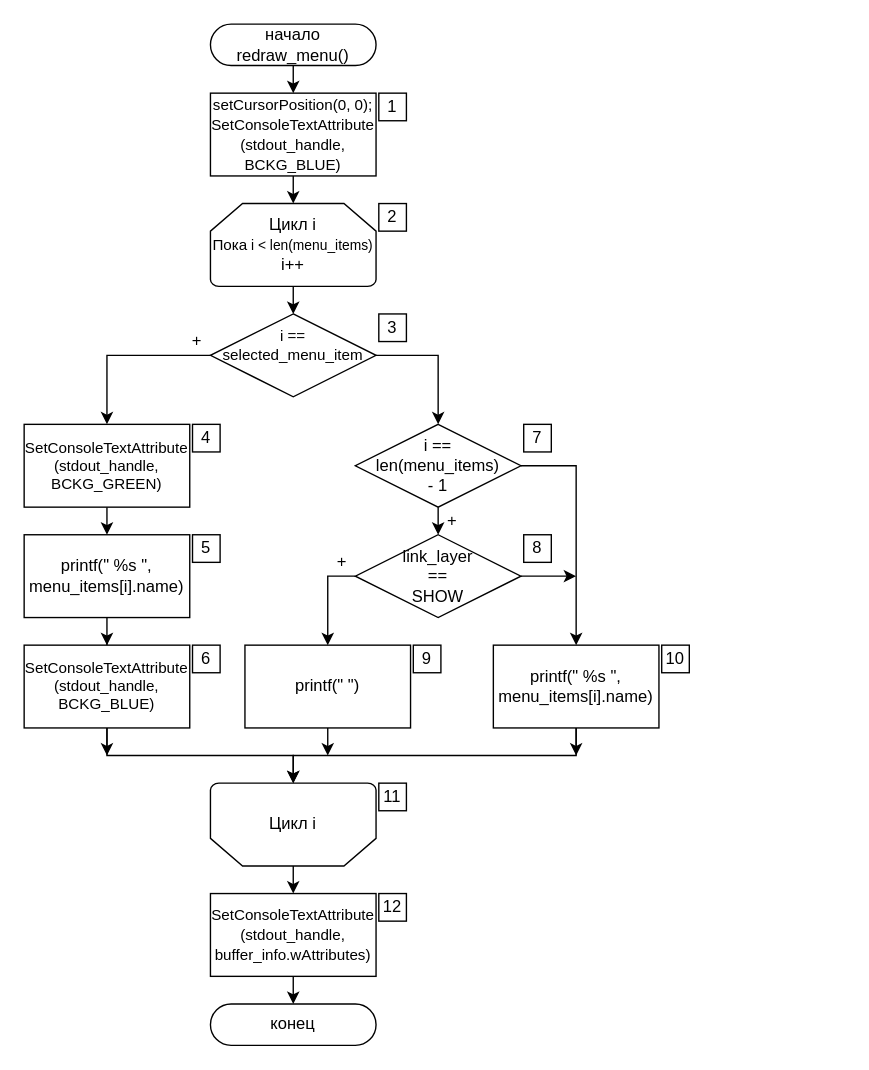
Before: ПЗ/Diagrams/redraw_menu.drawio in Killfrra/AnP, a draw.io diagram. Source tidied: cells renumbered, new cells numbered last; positions are measured from the earlier drawing's top-left corner, leaving out a move shared by most shapes. Both pictures are drawn from the tidied source at 138%, with x=0, y=0 at pixel (23, 23).
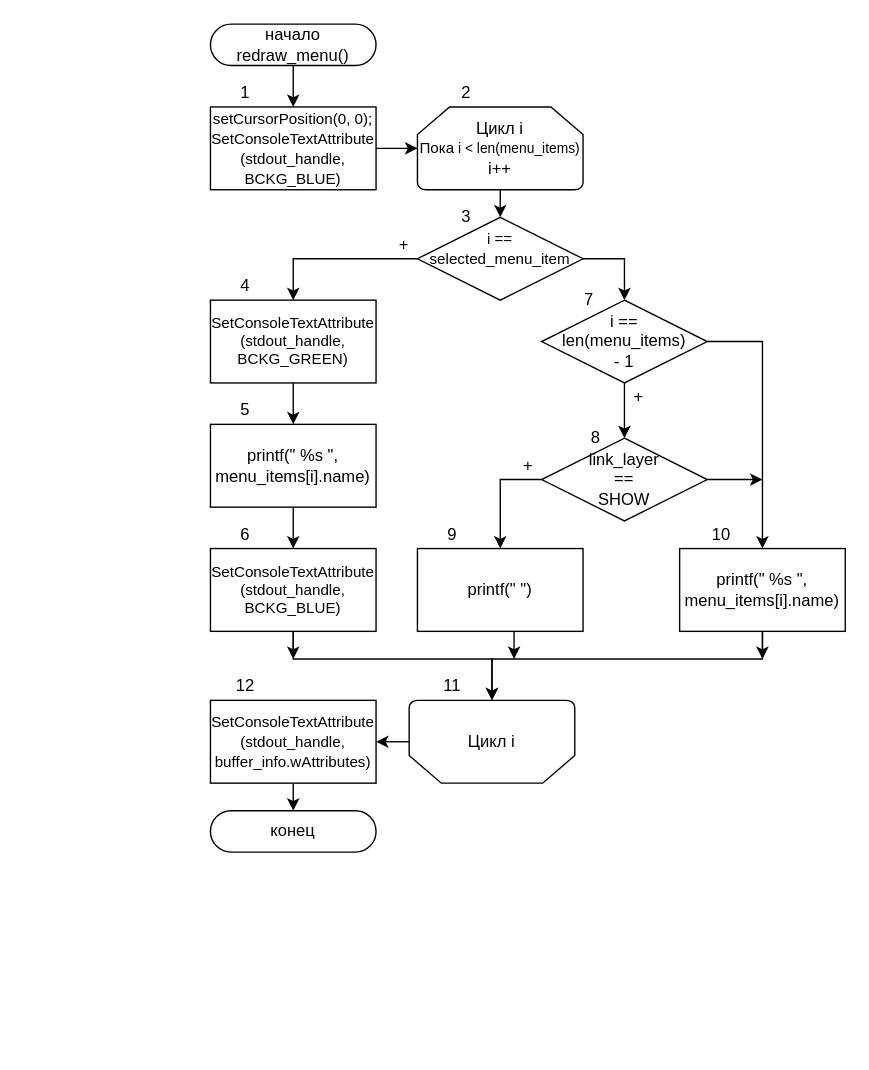
The same page after the edit.

The edit, as a diff of the source:
```diff
@@
     <mxCell id="3" value="конец" style="rounded=1;whiteSpace=wrap;html=1;arcSize=50;" parent="1" vertex="1">
-      <mxGeometry x="135" y="710" width="120" height="30" as="geometry" />
+      <mxGeometry x="135" y="570" width="120" height="30" as="geometry" />
     </mxCell>
     <mxCell id="4" value="Цикл i&lt;br&gt;&lt;font style=&quot;font-size: 11px&quot;&gt;Пока&lt;/font&gt;&lt;font style=&quot;font-size: 10px&quot;&gt; i &amp;lt;&amp;nbsp;len(menu_items)&lt;/font&gt;&lt;br&gt;i++" style="strokeWidth=1;html=1;shape=mxgraph.flowchart.loop_limit;whiteSpace=wrap;flipV=0;" parent="1" vertex="1">
-      <mxGeometry x="135" y="130" width="120" height="60" as="geometry" />
+      <mxGeometry x="285" y="60" width="120" height="60" as="geometry" />
     </mxCell>
-    <mxCell id="5" style="edgeStyle=orthogonalEdgeStyle;rounded=0;jettySize=auto;html=1;exitX=0.5;exitY=0;exitDx=0;exitDy=0;exitPerimeter=0;entryX=0.5;entryY=0;entryDx=0;entryDy=0;" parent="1" edge="1" source="6" target="34">
+    <mxCell id="5" style="edgeStyle=orthogonalEdgeStyle;rounded=0;jettySize=auto;html=1;exitX=0;exitY=0.5;exitDx=0;exitDy=0;exitPerimeter=0;entryX=1;entryY=0.5;entryDx=0;entryDy=0;" parent="1" edge="1" source="6" target="34">
       <mxGeometry relative="1" as="geometry" />
     </mxCell>
     <mxCell id="6" value="Цикл i" style="strokeWidth=1;html=1;shape=mxgraph.flowchart.loop_limit;whiteSpace=wrap;flipV=1;" parent="1" vertex="1">
-      <mxGeometry x="135" y="550" width="120" height="60" as="geometry" />
+      <mxGeometry x="279" y="490" width="120" height="60" as="geometry" />
     </mxCell>
@@
     <mxCell id="8" value="&lt;font style=&quot;font-size: 11px&quot;&gt;i == selected_menu_item&lt;br&gt;&amp;nbsp;&lt;/font&gt;" style="rhombus;whiteSpace=wrap;html=1;rounded=0;" parent="1" vertex="1">
-      <mxGeometry x="135" y="210" width="120" height="60" as="geometry" />
+      <mxGeometry x="285" y="140" width="120" height="60" as="geometry" />
     </mxCell>
     <mxCell id="9" style="edgeStyle=orthogonalEdgeStyle;rounded=0;jettySize=auto;html=1;exitX=1;exitY=0.5;exitDx=0;exitDy=0;" parent="1" edge="1" source="10">
       <mxGeometry relative="1" as="geometry">
-        <mxPoint x="400" y="400" as="targetPoint" />
+        <mxPoint x="535" y="330" as="targetPoint" />
       </mxGeometry>
     </mxCell>
     <mxCell id="10" value="link_layer&lt;br&gt;==&lt;br&gt;SHOW" style="rhombus;whiteSpace=wrap;html=1;rounded=0;" parent="1" vertex="1">
-      <mxGeometry x="240" y="370" width="120" height="60" as="geometry" />
+      <mxGeometry x="375" y="300" width="120" height="60" as="geometry" />
     </mxCell>
     <mxCell id="11" style="edgeStyle=orthogonalEdgeStyle;rounded=0;jettySize=auto;html=1;exitX=0.5;exitY=1;exitDx=0;exitDy=0;" parent="1" edge="1" source="12">
       <mxGeometry relative="1" as="geometry">
-        <mxPoint x="220" y="530" as="targetPoint" />
+        <mxPoint x="355" y="460" as="targetPoint" />
       </mxGeometry>
     </mxCell>
     <mxCell id="12" value="printf(&quot;     &quot;)" style="rounded=0;whiteSpace=wrap;html=1;" parent="1" vertex="1">
-      <mxGeometry x="160" y="450" width="120" height="60" as="geometry" />
+      <mxGeometry x="285" y="380" width="120" height="60" as="geometry" />
     </mxCell>
     <mxCell id="13" style="edgeStyle=orthogonalEdgeStyle;rounded=0;jettySize=auto;html=1;exitX=0.5;exitY=1;exitDx=0;exitDy=0;entryX=0.5;entryY=1;entryDx=0;entryDy=0;entryPerimeter=0;" parent="1" edge="1" source="15" target="6">
-      <mxGeometry relative="1" as="geometry" />
+      <mxGeometry relative="1" as="geometry">
+        <Array as="points">
+          <mxPoint x="535" y="460" />
+          <mxPoint x="339" y="460" />
+        </Array>
+      </mxGeometry>
     </mxCell>
     <mxCell id="14" style="edgeStyle=orthogonalEdgeStyle;rounded=0;jettySize=auto;html=1;exitX=0.5;exitY=1;exitDx=0;exitDy=0;" parent="1" edge="1" source="15">
       <mxGeometry relative="1" as="geometry">
-        <mxPoint x="400" y="530" as="targetPoint" />
+        <mxPoint x="535" y="460" as="targetPoint" />
       </mxGeometry>
     </mxCell>
     <mxCell id="15" value="printf(&quot; %s &quot;, menu_items[i].name)" style="rounded=0;whiteSpace=wrap;html=1;" parent="1" vertex="1">
-      <mxGeometry x="340" y="450" width="120" height="60" as="geometry" />
+      <mxGeometry x="475" y="380" width="120" height="60" as="geometry" />
     </mxCell>
@@
+    <mxCell id="20" style="edgeStyle=orthogonalEdgeStyle;rounded=0;jettySize=auto;html=1;exitX=1;exitY=0.5;exitDx=0;exitDy=0;entryX=0;entryY=0.5;entryDx=0;entryDy=0;entryPerimeter=0;" parent="1" edge="1" source="19" target="4">
+      <mxGeometry relative="1" as="geometry" />
+    </mxCell>
     <mxCell id="19" value="&lt;font style=&quot;font-size: 11px&quot;&gt;setCursorPosition(0, 0);&lt;br&gt;SetConsoleTextAttribute&lt;br&gt;(stdout_handle, BCKG_BLUE)&lt;/font&gt;" style="rounded=0;whiteSpace=wrap;html=1;" parent="1" vertex="1">
-      <mxGeometry x="135" y="50" width="120" height="60" as="geometry" />
+      <mxGeometry x="135" y="60" width="120" height="60" as="geometry" />
     </mxCell>
-    <mxCell id="20" style="edgeStyle=orthogonalEdgeStyle;rounded=0;jettySize=auto;html=1;exitX=0.5;exitY=1;exitDx=0;exitDy=0;entryX=0.5;entryY=0;entryDx=0;entryDy=0;" parent="1" edge="1" source="19" target="4">
-      <mxGeometry relative="1" as="geometry" />
-    </mxCell>
@@
     <mxCell id="23" style="edgeStyle=orthogonalEdgeStyle;rounded=0;jettySize=auto;html=1;exitX=1;exitY=0.5;exitDx=0;exitDy=0;entryX=0.5;entryY=0;entryDx=0;entryDy=0;" parent="1" edge="1" source="24" target="15">
       <mxGeometry relative="1" as="geometry">
         <Array as="points">
-          <mxPoint x="400" y="320" />
-          <mxPoint x="400" y="450" />
+          <mxPoint x="535" y="230" />
         </Array>
       </mxGeometry>
     </mxCell>
     <mxCell id="24" value="i == &lt;br&gt;len(menu_items)&lt;br&gt;- 1" style="rhombus;whiteSpace=wrap;html=1;rounded=0;" parent="1" vertex="1">
-      <mxGeometry x="240" y="290" width="120" height="60" as="geometry" />
+      <mxGeometry x="375" y="200" width="120" height="60" as="geometry" />
     </mxCell>
     <mxCell id="25" value="+" style="text;html=1;align=center;verticalAlign=middle;" parent="1" vertex="1">
-      <mxGeometry x="300" y="350" width="20" height="20" as="geometry" />
+      <mxGeometry x="435" y="260" width="20" height="20" as="geometry" />
     </mxCell>
     <mxCell id="26" value="+" style="text;html=1;align=center;verticalAlign=middle;" parent="1" vertex="1">
-      <mxGeometry x="220" y="380" width="20" height="20" as="geometry" />
+      <mxGeometry x="355" y="310" width="20" height="20" as="geometry" />
     </mxCell>
-    <mxCell id="27" value="1" style="whiteSpace=wrap;html=1;" parent="1" vertex="1">
-      <mxGeometry x="257" y="50" width="20" height="20" as="geometry" />
-    </mxCell>
-    <mxCell id="28" value="2" style="whiteSpace=wrap;html=1;" parent="1" vertex="1">
-      <mxGeometry x="257" y="130" width="20" height="20" as="geometry" />
-    </mxCell>
-    <mxCell id="29" value="7" style="whiteSpace=wrap;html=1;" parent="1" vertex="1">
-      <mxGeometry x="362" y="290" width="20" height="20" as="geometry" />
-    </mxCell>
-    <mxCell id="30" value="8" style="whiteSpace=wrap;html=1;" parent="1" vertex="1">
-      <mxGeometry x="362" y="370" width="20" height="20" as="geometry" />
-    </mxCell>
-    <mxCell id="31" value="3" style="whiteSpace=wrap;html=1;" parent="1" vertex="1">
-      <mxGeometry x="257" y="210" width="20" height="20" as="geometry" />
-    </mxCell>
     <mxCell id="32" value="+" style="text;html=1;align=center;verticalAlign=middle;" parent="1" vertex="1">
-      <mxGeometry x="115" y="220" width="20" height="20" as="geometry" />
+      <mxGeometry x="265" y="150" width="20" height="20" as="geometry" />
     </mxCell>
@@
     <mxCell id="34" value="&lt;font style=&quot;font-size: 11px&quot;&gt;SetConsoleTextAttribute&lt;br&gt;(stdout_handle, buffer_info.wAttributes)&lt;/font&gt;" style="rounded=0;whiteSpace=wrap;html=1;" parent="1" vertex="1">
-      <mxGeometry x="135" y="630" width="120" height="60" as="geometry" />
+      <mxGeometry x="135" y="490" width="120" height="60" as="geometry" />
     </mxCell>
@@
     <mxCell id="36" value="&lt;div style=&quot;font-size: 11px&quot;&gt;&lt;font style=&quot;font-size: 11px&quot;&gt;SetConsoleTextAttribute&lt;/font&gt;&lt;/div&gt;&lt;div style=&quot;font-size: 11px&quot;&gt;&lt;font style=&quot;font-size: 11px&quot;&gt;(stdout_handle, BCKG_GREEN)&lt;/font&gt;&lt;/div&gt;" style="rounded=0;whiteSpace=wrap;html=1;" parent="1" vertex="1">
-      <mxGeometry y="290" width="120" height="60" as="geometry" />
+      <mxGeometry x="135" y="200" width="120" height="60" as="geometry" />
     </mxCell>
@@
     <mxCell id="38" value="&lt;div style=&quot;font-size: 11px&quot;&gt;&lt;div style=&quot;font-size: 12px&quot;&gt;printf(&quot; %s &quot;, menu_items[i].name)&lt;/div&gt;&lt;/div&gt;" style="rounded=0;whiteSpace=wrap;html=1;" parent="1" vertex="1">
-      <mxGeometry y="370" width="120" height="60" as="geometry" />
+      <mxGeometry x="135" y="290" width="120" height="60" as="geometry" />
     </mxCell>
     <mxCell id="39" style="edgeStyle=orthogonalEdgeStyle;rounded=0;jettySize=auto;html=1;exitX=0.5;exitY=1;exitDx=0;exitDy=0;entryX=0.5;entryY=1;entryDx=0;entryDy=0;entryPerimeter=0;" parent="1" edge="1" source="41" target="6">
-      <mxGeometry relative="1" as="geometry" />
+      <mxGeometry relative="1" as="geometry">
+        <Array as="points">
+          <mxPoint x="195" y="460" />
+          <mxPoint x="339" y="460" />
+        </Array>
+      </mxGeometry>
     </mxCell>
     <mxCell id="40" style="edgeStyle=orthogonalEdgeStyle;rounded=0;jettySize=auto;html=1;exitX=0.5;exitY=1;exitDx=0;exitDy=0;" parent="1" edge="1" source="41">
       <mxGeometry relative="1" as="geometry">
-        <mxPoint x="60" y="530" as="targetPoint" />
+        <mxPoint x="195" y="460" as="targetPoint" />
         <Array as="points">
-          <mxPoint x="60" y="520" />
-          <mxPoint x="60" y="520" />
+          <mxPoint x="195" y="450" />
+          <mxPoint x="195" y="450" />
         </Array>
       </mxGeometry>
     </mxCell>
     <mxCell id="41" value="&lt;div style=&quot;font-size: 11px&quot;&gt;&lt;div&gt;SetConsoleTextAttribute&lt;/div&gt;&lt;div&gt;(stdout_handle, BCKG_BLUE)&lt;br&gt;&lt;/div&gt;&lt;/div&gt;" style="rounded=0;whiteSpace=wrap;html=1;" parent="1" vertex="1">
-      <mxGeometry y="450" width="120" height="60" as="geometry" />
+      <mxGeometry x="135" y="380" width="120" height="60" as="geometry" />
     </mxCell>
+    <mxCell id="27" value="1" style="text;html=1;align=center;verticalAlign=middle;" parent="1" vertex="1">
+      <mxGeometry x="150" y="40" width="20" height="20" as="geometry" />
+    </mxCell>
-    <mxCell id="42" value="4" style="whiteSpace=wrap;html=1;" parent="1" vertex="1">
-      <mxGeometry x="122" y="290" width="20" height="20" as="geometry" />
+    <mxCell id="42" value="4" style="text;html=1;align=center;verticalAlign=middle;" parent="1" vertex="1">
+      <mxGeometry x="150" y="180" width="20" height="20" as="geometry" />
     </mxCell>
-    <mxCell id="43" value="5" style="whiteSpace=wrap;html=1;" parent="1" vertex="1">
-      <mxGeometry x="122" y="370" width="20" height="20" as="geometry" />
+    <mxCell id="43" value="5" style="text;html=1;align=center;verticalAlign=middle;" parent="1" vertex="1">
+      <mxGeometry x="150" y="270" width="20" height="20" as="geometry" />
     </mxCell>
-    <mxCell id="44" value="6" style="whiteSpace=wrap;html=1;" parent="1" vertex="1">
-      <mxGeometry x="122" y="450" width="20" height="20" as="geometry" />
+    <mxCell id="44" value="6" style="text;html=1;align=center;verticalAlign=middle;" parent="1" vertex="1">
+      <mxGeometry x="150" y="360" width="20" height="20" as="geometry" />
     </mxCell>
+    <mxCell id="28" value="2" style="text;html=1;align=center;verticalAlign=middle;" parent="1" vertex="1">
+      <mxGeometry x="310" y="40" width="20" height="20" as="geometry" />
+    </mxCell>
+    <mxCell id="31" value="3" style="text;html=1;align=center;verticalAlign=middle;" parent="1" vertex="1">
+      <mxGeometry x="310" y="130" width="20" height="20" as="geometry" />
+    </mxCell>
+    <mxCell id="29" value="7" style="text;html=1;align=center;verticalAlign=middle;" parent="1" vertex="1">
+      <mxGeometry x="399" y="190" width="20" height="20" as="geometry" />
+    </mxCell>
+    <mxCell id="30" value="8" style="text;html=1;align=center;verticalAlign=middle;" parent="1" vertex="1">
+      <mxGeometry x="404" y="290" width="20" height="20" as="geometry" />
+    </mxCell>
+    <mxCell id="46" value="10" style="text;html=1;align=center;verticalAlign=middle;" parent="1" vertex="1">
+      <mxGeometry x="490" y="360" width="30" height="20" as="geometry" />
+    </mxCell>
-    <mxCell id="45" value="9" style="whiteSpace=wrap;html=1;" parent="1" vertex="1">
-      <mxGeometry x="282" y="450" width="20" height="20" as="geometry" />
+    <mxCell id="45" value="9" style="text;html=1;align=center;verticalAlign=middle;" parent="1" vertex="1">
+      <mxGeometry x="300" y="360" width="20" height="20" as="geometry" />
     </mxCell>
-    <mxCell id="46" value="10" style="whiteSpace=wrap;html=1;" parent="1" vertex="1">
-      <mxGeometry x="462" y="450" width="20" height="20" as="geometry" />
-    </mxCell>
-    <mxCell id="47" value="11" style="whiteSpace=wrap;html=1;" parent="1" vertex="1">
-      <mxGeometry x="257" y="550" width="20" height="20" as="geometry" />
+    <mxCell id="47" value="11" style="text;html=1;align=center;verticalAlign=middle;" parent="1" vertex="1">
+      <mxGeometry x="295" y="470" width="30" height="20" as="geometry" />
     </mxCell>
-    <mxCell id="48" value="12" style="whiteSpace=wrap;html=1;" parent="1" vertex="1">
-      <mxGeometry x="257" y="630" width="20" height="20" as="geometry" />
+    <mxCell id="48" value="12" style="text;html=1;align=center;verticalAlign=middle;" parent="1" vertex="1">
+      <mxGeometry x="145" y="470" width="30" height="20" as="geometry" />
     </mxCell>
```
